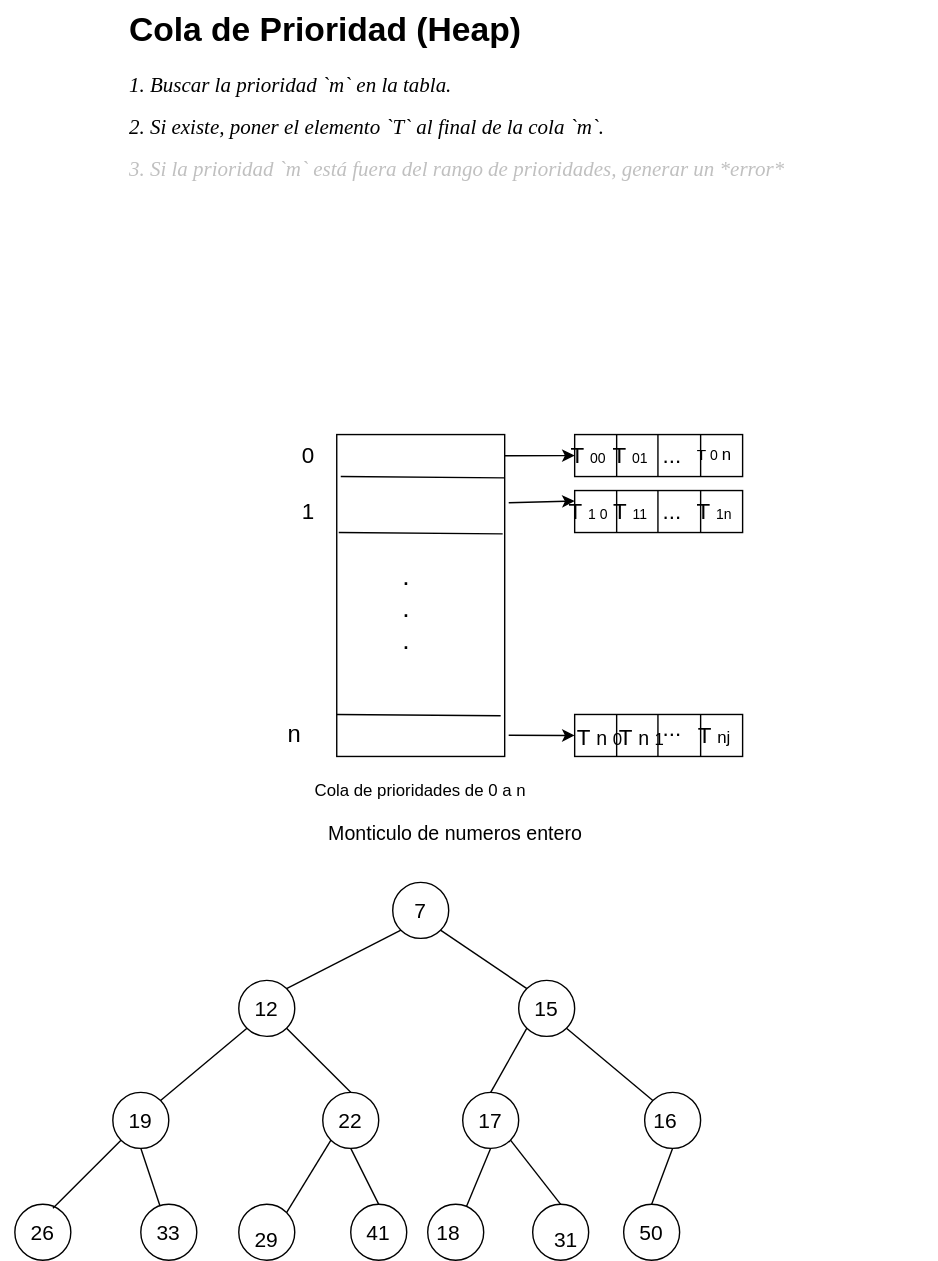
The draw.io diagram Estructura-de-datos/Heap/Cola-prioridad/Cola-prioridad.drawio.svg in Nordcode-cyber/Algoritmos-Estructdatos, before a commit. Source tidied: cells renumbered, new cells last; positions are measured from the earlier drawing's top-left corner, leaving out a move shared by most shapes.
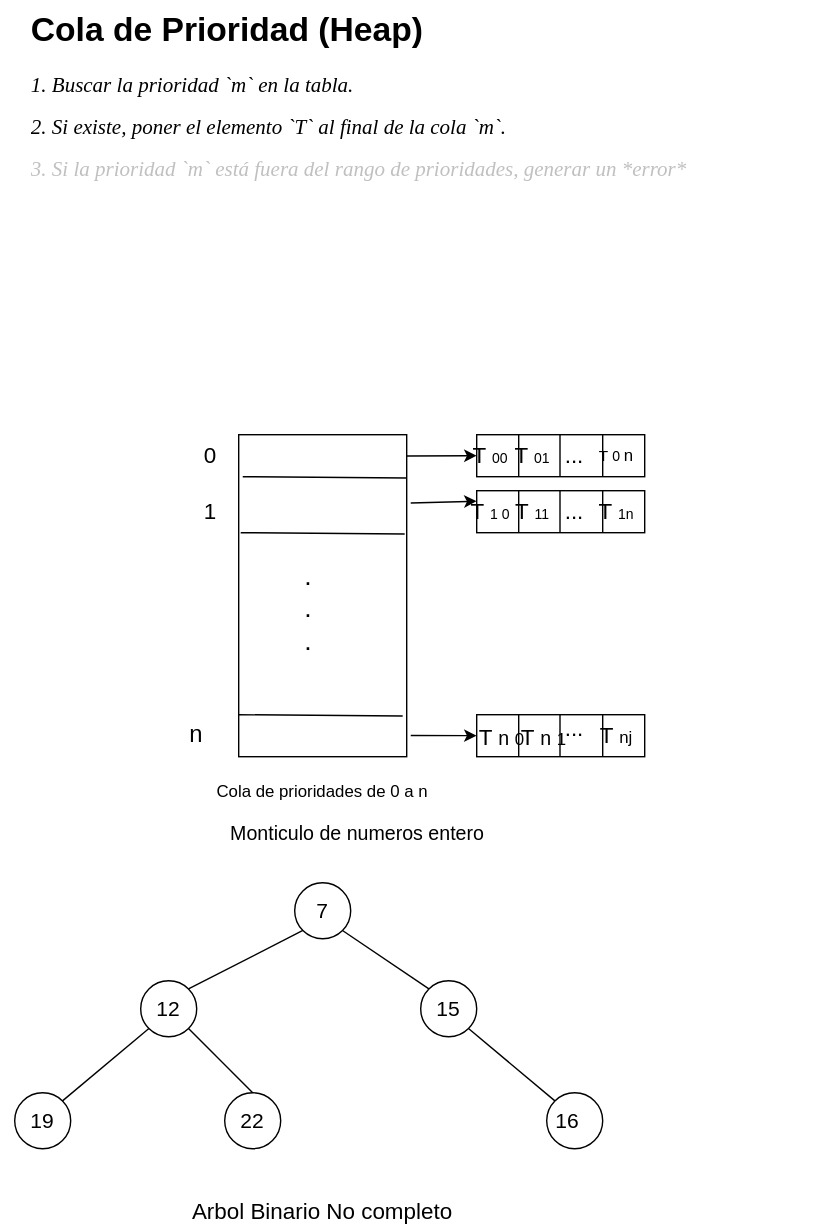
The same diagram one commit later.

The edit, as a diff of the source:
```diff
@@ -158,42 +158,18 @@
     <mxCell id="41" style="ellipse;whiteSpace=wrap;html=1;fillColor=none;" parent="1" vertex="1">
       <mxGeometry x="170" y="700" width="40" height="40" as="geometry" />
     </mxCell>
-    <mxCell id="42" style="ellipse;whiteSpace=wrap;html=1;fillColor=none;" parent="1" vertex="1">
-      <mxGeometry x="100" y="860" width="40" height="40" as="geometry" />
-    </mxCell>
     <mxCell id="43" style="ellipse;whiteSpace=wrap;html=1;fillColor=none;" parent="1" vertex="1">
       <mxGeometry x="80" y="780" width="40" height="40" as="geometry" />
     </mxCell>
     <mxCell id="44" style="ellipse;whiteSpace=wrap;html=1;fillColor=none;" parent="1" vertex="1">
       <mxGeometry x="230" y="780" width="40" height="40" as="geometry" />
     </mxCell>
-    <mxCell id="45" style="ellipse;whiteSpace=wrap;html=1;fillColor=none;" parent="1" vertex="1">
-      <mxGeometry x="330" y="780" width="40" height="40" as="geometry" />
-    </mxCell>
     <mxCell id="46" style="ellipse;whiteSpace=wrap;html=1;fillColor=none;" parent="1" vertex="1">
       <mxGeometry x="460" y="780" width="40" height="40" as="geometry" />
     </mxCell>
     <mxCell id="47" style="ellipse;whiteSpace=wrap;html=1;fillColor=none;" parent="1" vertex="1">
       <mxGeometry x="370" y="700" width="40" height="40" as="geometry" />
     </mxCell>
-    <mxCell id="48" style="ellipse;whiteSpace=wrap;html=1;fillColor=none;" parent="1" vertex="1">
-      <mxGeometry x="10" y="860" width="40" height="40" as="geometry" />
-    </mxCell>
-    <mxCell id="49" style="ellipse;whiteSpace=wrap;html=1;fillColor=none;" parent="1" vertex="1">
-      <mxGeometry x="170" y="860" width="40" height="40" as="geometry" />
-    </mxCell>
-    <mxCell id="50" style="ellipse;whiteSpace=wrap;html=1;fillColor=none;" parent="1" vertex="1">
-      <mxGeometry x="250" y="860" width="40" height="40" as="geometry" />
-    </mxCell>
-    <mxCell id="51" style="ellipse;whiteSpace=wrap;html=1;fillColor=none;" parent="1" vertex="1">
-      <mxGeometry x="305" y="860" width="40" height="40" as="geometry" />
-    </mxCell>
-    <mxCell id="52" style="ellipse;whiteSpace=wrap;html=1;fillColor=none;" parent="1" vertex="1">
-      <mxGeometry x="380" y="860" width="40" height="40" as="geometry" />
-    </mxCell>
-    <mxCell id="53" style="ellipse;whiteSpace=wrap;html=1;fillColor=none;" parent="1" vertex="1">
-      <mxGeometry x="445" y="860" width="40" height="40" as="geometry" />
-    </mxCell>
     <mxCell id="54" style="endArrow=none;html=1;entryX=0;entryY=1;entryDx=0;entryDy=0;exitX=1;exitY=0;exitDx=0;exitDy=0;" parent="1" edge="1" source="41" target="39">
       <mxGeometry relative="1" as="geometry" />
     </mxCell>
@@ -206,33 +182,9 @@
     <mxCell id="57" style="endArrow=none;html=1;entryX=1;entryY=1;entryDx=0;entryDy=0;exitX=0.5;exitY=0;exitDx=0;exitDy=0;" parent="1" edge="1" source="44" target="41">
       <mxGeometry relative="1" as="geometry" />
     </mxCell>
-    <mxCell id="58" style="endArrow=none;html=1;entryX=0;entryY=1;entryDx=0;entryDy=0;exitX=0.5;exitY=0;exitDx=0;exitDy=0;" parent="1" edge="1" source="45" target="47">
-      <mxGeometry relative="1" as="geometry" />
-    </mxCell>
     <mxCell id="59" style="endArrow=none;html=1;entryX=1;entryY=1;entryDx=0;entryDy=0;exitX=0;exitY=0;exitDx=0;exitDy=0;" parent="1" edge="1" source="46" target="47">
       <mxGeometry relative="1" as="geometry" />
     </mxCell>
-    <mxCell id="60" style="endArrow=none;html=1;exitX=0.68;exitY=0.07;exitDx=0;exitDy=0;exitPerimeter=0;entryX=0;entryY=1;entryDx=0;entryDy=0;" parent="1" edge="1" source="48" target="43">
-      <mxGeometry relative="1" as="geometry" />
-    </mxCell>
-    <mxCell id="61" style="endArrow=none;html=1;entryX=0.5;entryY=1;entryDx=0;entryDy=0;" parent="1" edge="1" source="42" target="43">
-      <mxGeometry relative="1" as="geometry" />
-    </mxCell>
-    <mxCell id="62" style="endArrow=none;html=1;entryX=0;entryY=1;entryDx=0;entryDy=0;exitX=1;exitY=0;exitDx=0;exitDy=0;" parent="1" edge="1" source="49" target="44">
-      <mxGeometry relative="1" as="geometry" />
-    </mxCell>
-    <mxCell id="63" style="endArrow=none;html=1;exitX=0.5;exitY=0;exitDx=0;exitDy=0;entryX=0.5;entryY=1;entryDx=0;entryDy=0;" parent="1" edge="1" source="50" target="44">
-      <mxGeometry relative="1" as="geometry" />
-    </mxCell>
-    <mxCell id="64" style="endArrow=none;html=1;entryX=0.5;entryY=1;entryDx=0;entryDy=0;" parent="1" edge="1" source="51" target="45">
-      <mxGeometry relative="1" as="geometry" />
-    </mxCell>
-    <mxCell id="65" style="endArrow=none;html=1;exitX=0.5;exitY=0;exitDx=0;exitDy=0;entryX=1;entryY=1;entryDx=0;entryDy=0;" parent="1" edge="1" source="52" target="45">
-      <mxGeometry relative="1" as="geometry" />
-    </mxCell>
-    <mxCell id="66" style="endArrow=none;html=1;exitX=0.5;exitY=0;exitDx=0;exitDy=0;entryX=0.5;entryY=1;entryDx=0;entryDy=0;" parent="1" edge="1" source="53" target="46">
-      <mxGeometry relative="1" as="geometry" />
-    </mxCell>
     <mxCell id="67" value="&lt;font style=&quot;font-size: 15px; color: light-dark(rgb(0, 0, 0), rgb(0, 255, 128));&quot;&gt;7&lt;/font&gt;" style="text;html=1;align=center;verticalAlign=middle;whiteSpace=wrap;rounded=0;" parent="1" vertex="1">
       <mxGeometry x="270" y="635" width="60" height="30" as="geometry" />
     </mxCell>
@@ -248,32 +200,11 @@
     <mxCell id="71" value="&lt;font style=&quot;font-size: 15px; color: light-dark(rgb(0, 0, 0), rgb(0, 255, 128));&quot;&gt;22&lt;/font&gt;" style="text;html=1;align=center;verticalAlign=middle;whiteSpace=wrap;rounded=0;" parent="1" vertex="1">
       <mxGeometry x="220" y="785" width="60" height="30" as="geometry" />
     </mxCell>
-    <mxCell id="72" value="&lt;font style=&quot;font-size: 15px; color: light-dark(rgb(0, 0, 0), rgb(0, 255, 128));&quot;&gt;17&lt;/font&gt;" style="text;html=1;align=center;verticalAlign=middle;whiteSpace=wrap;rounded=0;" parent="1" vertex="1">
-      <mxGeometry x="320" y="785" width="60" height="30" as="geometry" />
-    </mxCell>
     <mxCell id="73" value="&lt;font style=&quot;font-size: 15px; color: light-dark(rgb(0, 0, 0), rgb(0, 255, 128));&quot;&gt;16&lt;/font&gt;" style="text;html=1;align=center;verticalAlign=middle;whiteSpace=wrap;rounded=0;" parent="1" vertex="1">
       <mxGeometry x="445" y="785" width="60" height="30" as="geometry" />
     </mxCell>
-    <mxCell id="74" value="&lt;font style=&quot;font-size: 15px; color: light-dark(rgb(0, 0, 0), rgb(0, 255, 128));&quot;&gt;26&lt;/font&gt;" style="text;html=1;align=center;verticalAlign=middle;whiteSpace=wrap;rounded=0;" parent="1" vertex="1">
-      <mxGeometry y="865" width="60" height="30" as="geometry" />
-    </mxCell>
-    <mxCell id="75" value="&lt;font style=&quot;font-size: 15px; color: light-dark(rgb(0, 0, 0), rgb(0, 255, 128));&quot;&gt;33&lt;/font&gt;" style="text;html=1;align=center;verticalAlign=middle;whiteSpace=wrap;rounded=0;" parent="1" vertex="1">
-      <mxGeometry x="90" y="865" width="60" height="30" as="geometry" />
-    </mxCell>
-    <mxCell id="76" value="&lt;font style=&quot;font-size: 15px; color: light-dark(rgb(0, 0, 0), rgb(0, 255, 128));&quot;&gt;29&lt;/font&gt;" style="text;html=1;align=center;verticalAlign=middle;whiteSpace=wrap;rounded=0;" parent="1" vertex="1">
-      <mxGeometry x="160" y="870" width="60" height="30" as="geometry" />
-    </mxCell>
-    <mxCell id="77" value="&lt;font style=&quot;font-size: 15px; color: light-dark(rgb(0, 0, 0), rgb(0, 255, 128));&quot;&gt;41&lt;/font&gt;" style="text;html=1;align=center;verticalAlign=middle;whiteSpace=wrap;rounded=0;" parent="1" vertex="1">
-      <mxGeometry x="240" y="865" width="60" height="30" as="geometry" />
-    </mxCell>
-    <mxCell id="78" value="&lt;font style=&quot;font-size: 15px; color: light-dark(rgb(0, 0, 0), rgb(0, 255, 128));&quot;&gt;18&lt;/font&gt;" style="text;html=1;align=center;verticalAlign=middle;whiteSpace=wrap;rounded=0;" parent="1" vertex="1">
-      <mxGeometry x="290" y="865" width="60" height="30" as="geometry" />
-    </mxCell>
-    <mxCell id="79" value="&lt;font style=&quot;font-size: 15px; color: light-dark(rgb(0, 0, 0), rgb(0, 255, 128));&quot;&gt;31&lt;/font&gt;" style="text;html=1;align=center;verticalAlign=middle;whiteSpace=wrap;rounded=0;" parent="1" vertex="1">
-      <mxGeometry x="374" y="870" width="60" height="30" as="geometry" />
-    </mxCell>
-    <mxCell id="80" value="&lt;font style=&quot;font-size: 15px; color: light-dark(rgb(0, 0, 0), rgb(0, 255, 128));&quot;&gt;50&lt;/font&gt;" style="text;html=1;align=center;verticalAlign=middle;whiteSpace=wrap;rounded=0;" parent="1" vertex="1">
-      <mxGeometry x="435" y="865" width="60" height="30" as="geometry" />
+    <mxCell id="80" value="&lt;font style=&quot;color: light-dark(rgb(0, 0, 0), rgb(0, 255, 128)); font-size: 16px;&quot;&gt;Arbol Binario No completo&lt;/font&gt;" style="text;html=1;align=center;verticalAlign=middle;whiteSpace=wrap;rounded=0;" parent="1" vertex="1">
+      <mxGeometry x="190" y="850" width="220" height="30" as="geometry" />
     </mxCell>
   </root>
 </mxGraphModel>
```
